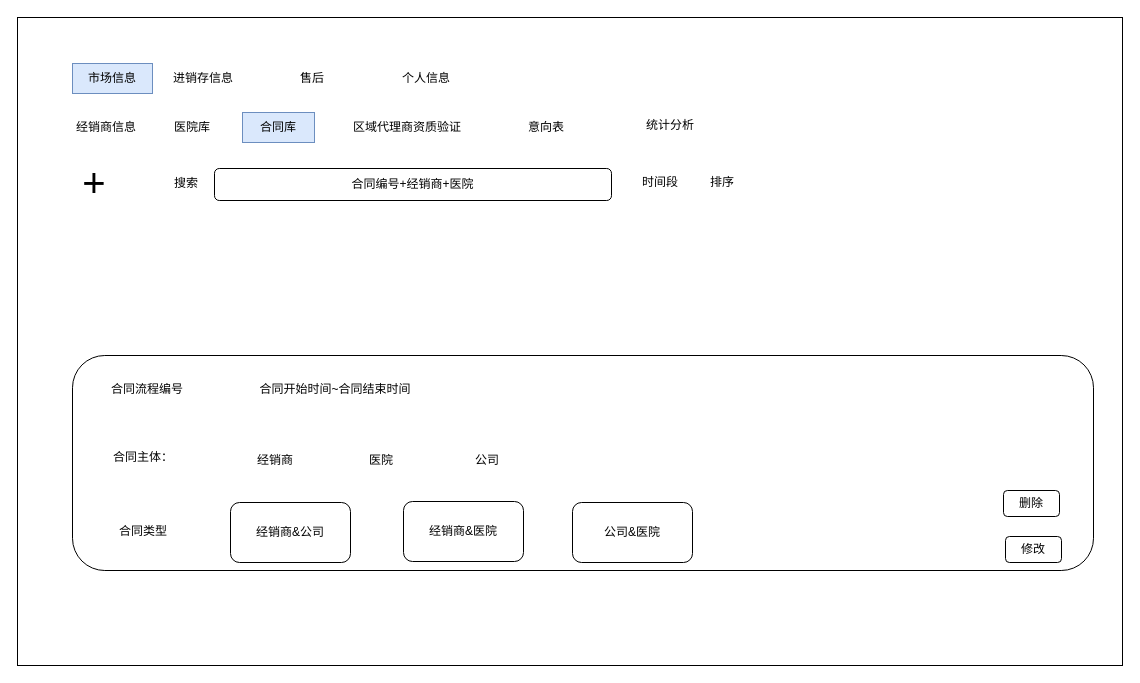
Above: page "合同库" (3 of 6) of 泰加市场.drawio in cangwang/news (draw.io), before the change. Source tidied: cells renumbered, new cells numbered last; positions are measured from the earlier drawing's top-left corner, leaving out a move shared by most shapes. Both pictures are drawn from the tidied source at 100%, with x=0, y=0 at pixel (17, 17).
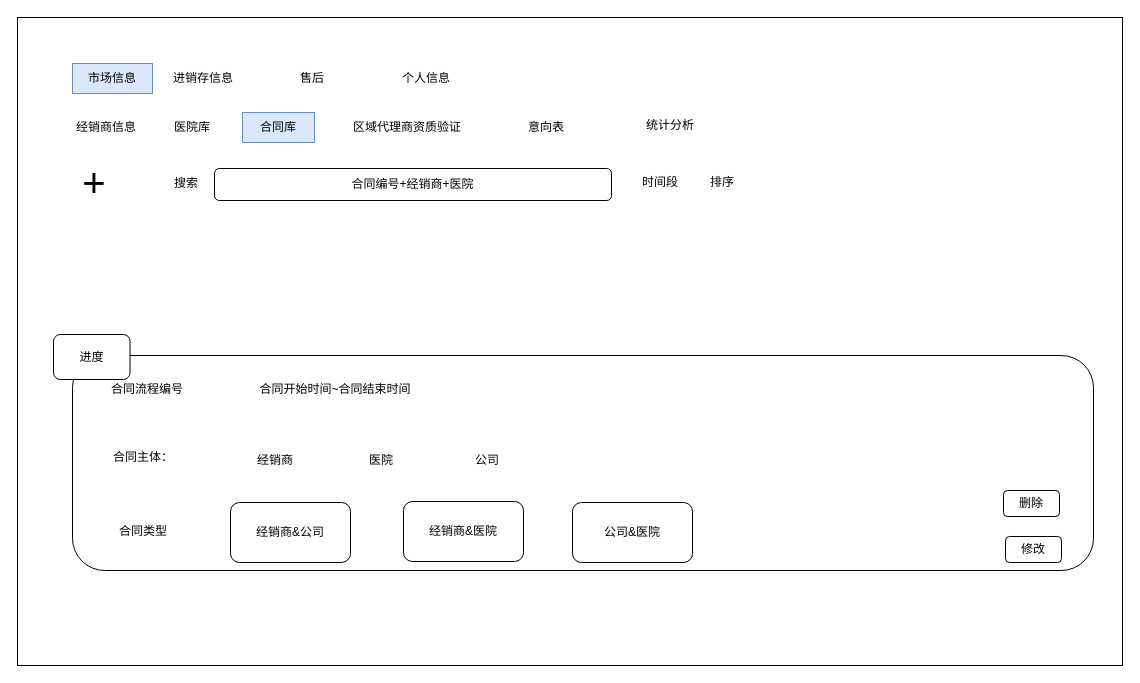
The same diagram, later.

What changed in the source:
```diff
@@
+    <mxCell id="31" value="进度" style="rounded=1;whiteSpace=wrap;html=1;" parent="1" vertex="1">
+      <mxGeometry x="36" y="317" width="76.5" height="45" as="geometry" />
+    </mxCell>
```
